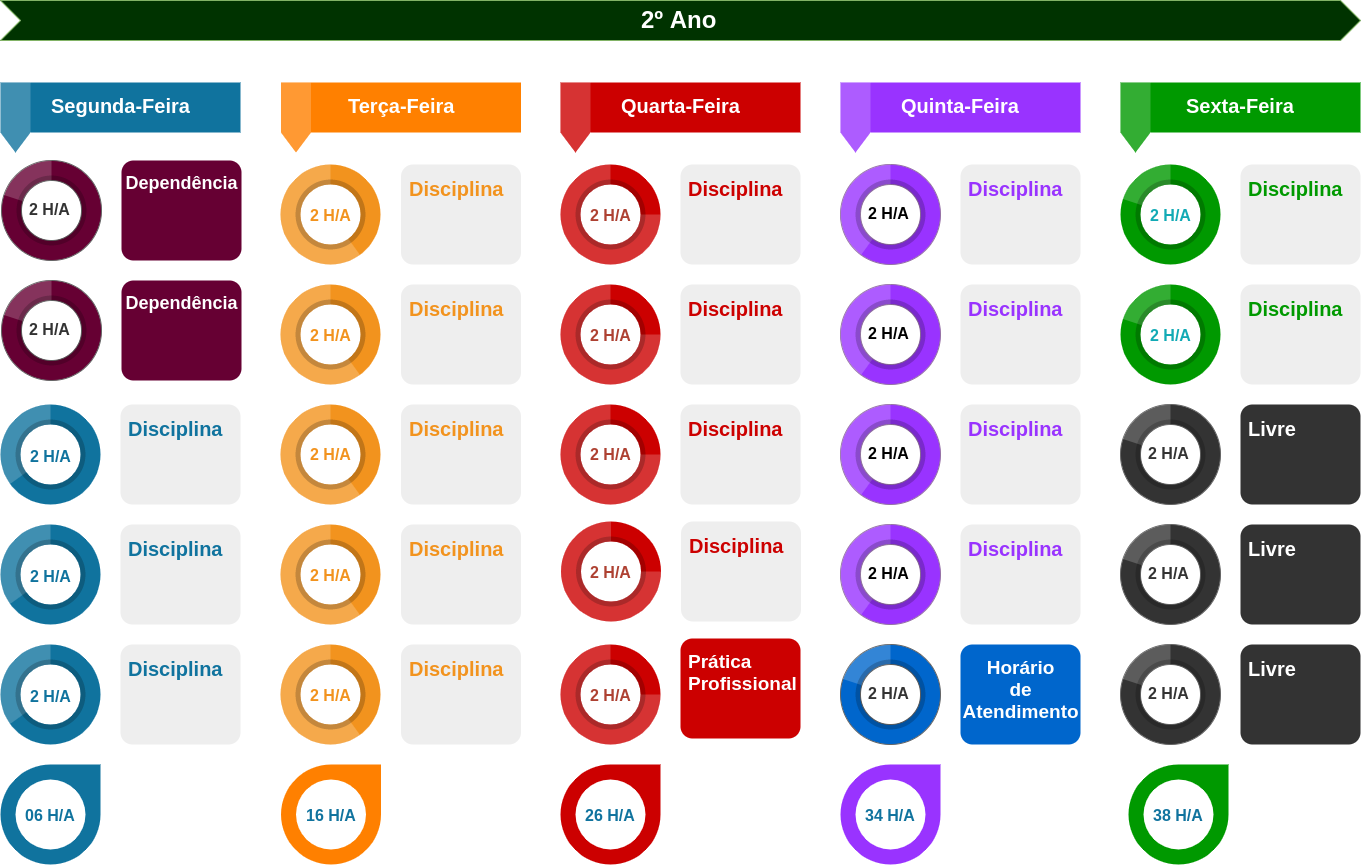
Above: Pictures/Alternativo02.png in waldeyr/novo_biotec (draw.io), before the change. Source tidied: cells renumbered, new cells last; positions are measured from the earlier drawing's top-left corner, leaving out a move shared by most shapes.
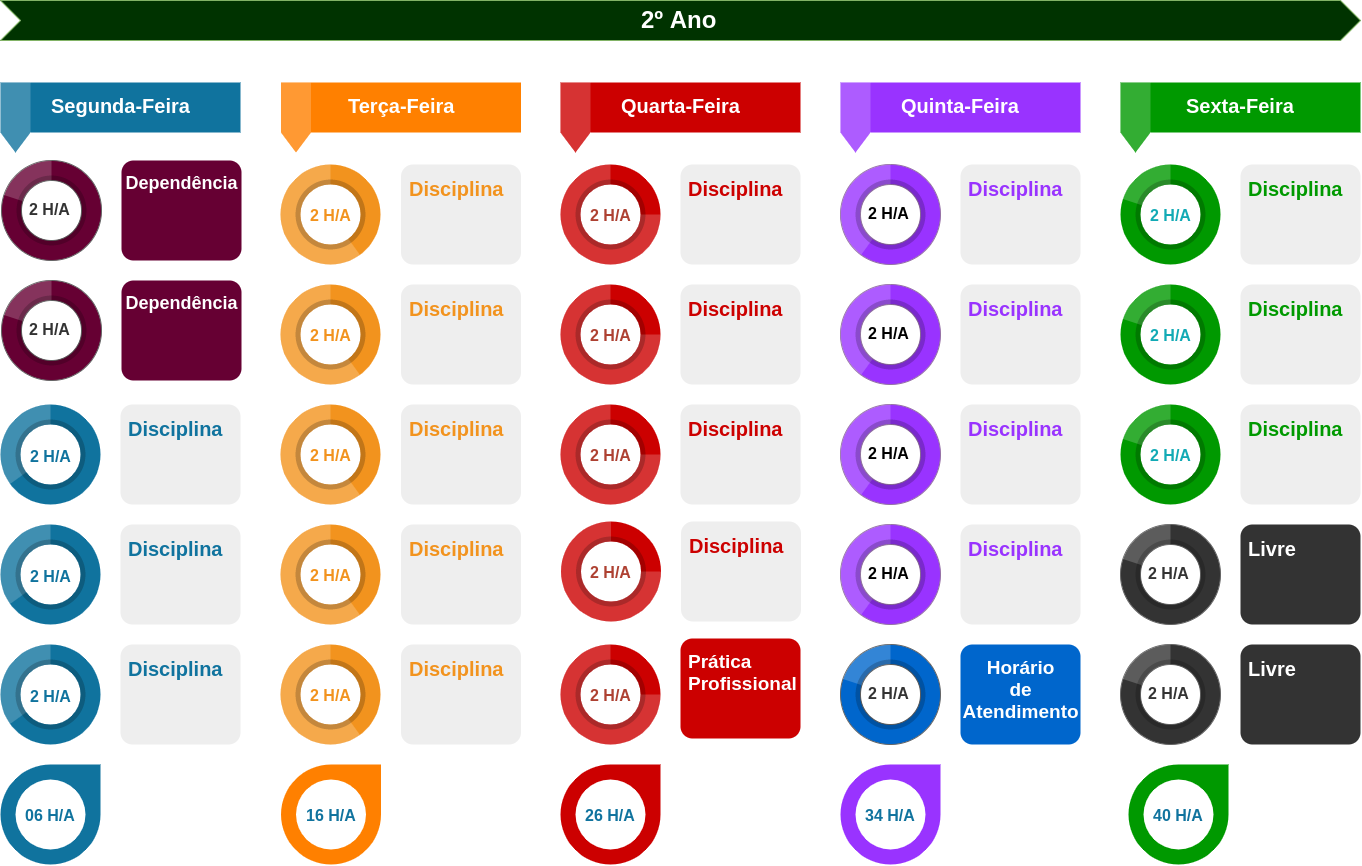
After the commit.

What changed in the source:
```diff
@@ -137,7 +137,7 @@
     <mxCell id="46" value="26 H/A" style="verticalLabelPosition=middle;verticalAlign=middle;html=1;shape=mxgraph.infographic.circularCallout;dy=15;fillColor=#CC0000;strokeColor=none;labelPosition=center;align=center;fontColor=#10739E;fontStyle=1;fontSize=16;" parent="1" vertex="1">
       <mxGeometry x="560" y="764" width="100" height="100" as="geometry" />
     </mxCell>
-    <mxCell id="47" value="38 H/A" style="verticalLabelPosition=middle;verticalAlign=middle;html=1;shape=mxgraph.infographic.circularCallout;dy=15;fillColor=#009900;strokeColor=none;labelPosition=center;align=center;fontColor=#10739E;fontStyle=1;fontSize=16;" parent="1" vertex="1">
+    <mxCell id="47" value="40 H/A" style="verticalLabelPosition=middle;verticalAlign=middle;html=1;shape=mxgraph.infographic.circularCallout;dy=15;fillColor=#009900;strokeColor=none;labelPosition=center;align=center;fontColor=#10739E;fontStyle=1;fontSize=16;" parent="1" vertex="1">
       <mxGeometry x="1128" y="764" width="100" height="100" as="geometry" />
     </mxCell>
     <mxCell id="48" value="2º Ano" style="html=1;shape=mxgraph.infographic.ribbonSimple;notch1=20;notch2=20;fillColor=#003300;strokeColor=#82b366;align=center;verticalAlign=middle;fontSize=24;fontStyle=1;fontColor=#FFFFFF;" parent="1" vertex="1">
@@ -179,11 +179,11 @@
     <mxCell id="60" value="2 H/A" style="verticalLabelPosition=middle;verticalAlign=middle;html=1;html=1;shape=mxgraph.infographic.partConcEllipse;startAngle=0;endAngle=0.8;arcWidth=0.4;strokeColor=#666666;fillColor=#0066CC;fontSize=16;fontColor=#333333;align=center;fontStyle=1;" parent="1" vertex="1">
       <mxGeometry x="840" y="644" width="100" height="100" as="geometry" />
     </mxCell>
-    <mxCell id="61" value="&lt;font style=&quot;font-size: 20px&quot;&gt;&lt;font style=&quot;font-size: 20px&quot;&gt;&lt;b style=&quot;font-size: 20px&quot;&gt;Livre&lt;/b&gt;&lt;/font&gt;&lt;br style=&quot;font-size: 20px&quot;&gt;&lt;br style=&quot;font-size: 20px&quot;&gt;&lt;br style=&quot;font-size: 20px&quot;&gt;&lt;/font&gt;" style="rounded=1;strokeColor=none;fillColor=#333333;align=left;arcSize=12;verticalAlign=top;whiteSpace=wrap;html=1;fontSize=20;spacing=8;fontColor=#FFFFFF;" parent="1" vertex="1">
-      <mxGeometry x="1240" y="404" width="120" height="100" as="geometry" />
+    <mxCell id="61" value="2 H/A" style="verticalLabelPosition=middle;verticalAlign=middle;html=1;html=1;shape=mxgraph.infographic.partConcEllipse;startAngle=0;endAngle=0.8;arcWidth=0.4;strokeColor=none;fillColor=#009900;fontSize=16;fontColor=#12AAB5;align=center;fontStyle=1;" parent="1" vertex="1">
+      <mxGeometry x="1120" y="404" width="100" height="100" as="geometry" />
     </mxCell>
-    <mxCell id="62" value="2 H/A" style="verticalLabelPosition=middle;verticalAlign=middle;html=1;html=1;shape=mxgraph.infographic.partConcEllipse;startAngle=0;endAngle=0.8;arcWidth=0.4;strokeColor=#666666;fillColor=#333333;fontSize=16;fontColor=#333333;align=center;fontStyle=1;" parent="1" vertex="1">
-      <mxGeometry x="1120" y="404" width="100" height="100" as="geometry" />
+    <mxCell id="62" value="&lt;font style=&quot;font-size: 20px;&quot;&gt;&lt;font style=&quot;font-size: 20px;&quot; color=&quot;#009900&quot;&gt;&lt;b style=&quot;font-size: 20px;&quot;&gt;Disciplina&lt;/b&gt;&lt;/font&gt;&lt;br style=&quot;font-size: 20px;&quot;&gt;&lt;br style=&quot;font-size: 20px;&quot;&gt;&lt;br style=&quot;font-size: 20px;&quot;&gt;&lt;/font&gt;" style="rounded=1;strokeColor=none;fillColor=#EEEEEE;align=left;arcSize=12;verticalAlign=top;whiteSpace=wrap;html=1;fontSize=20;spacing=8;" parent="1" vertex="1">
+      <mxGeometry x="1240" y="404" width="120" height="100" as="geometry" />
     </mxCell>
   </root>
 </mxGraphModel>
```
